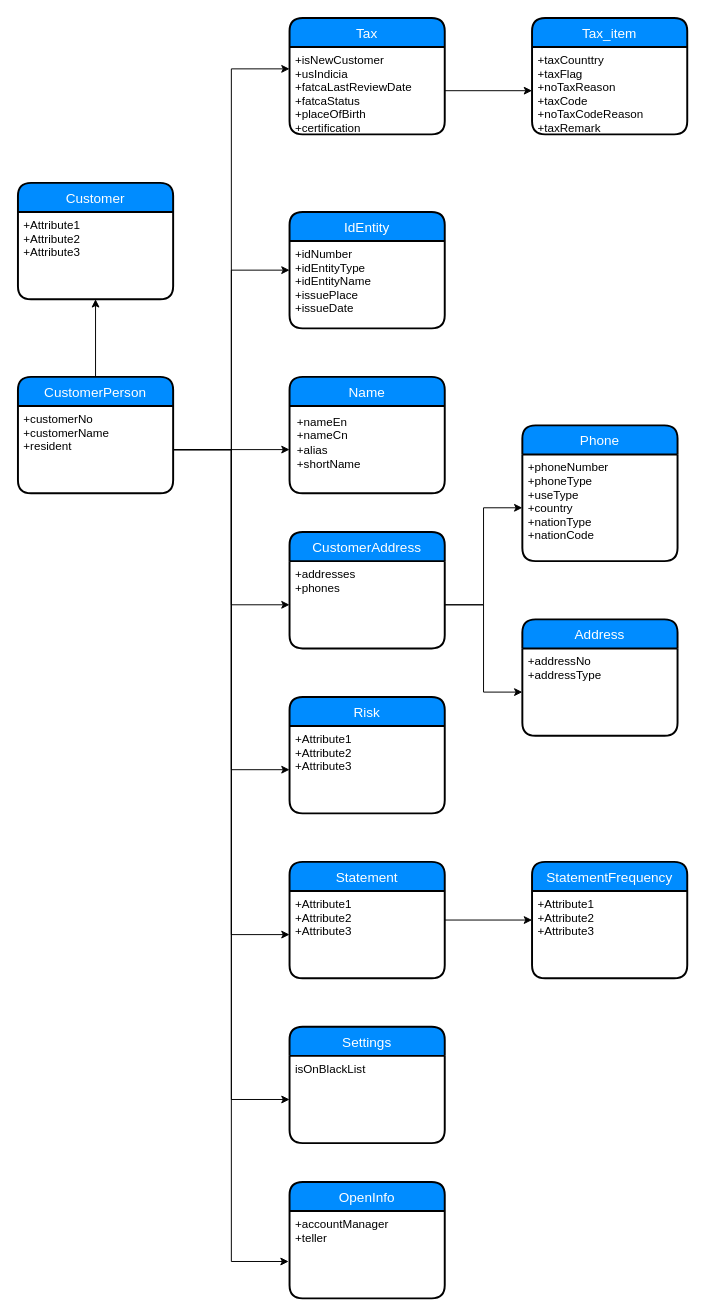
Before: page "第 7 页" (7 of 7) of 核心前置系统.drawio in sam1982/draw, a draw.io diagram. Source tidied: cells renumbered, new cells numbered last; positions are measured from the earlier drawing's top-left corner, leaving out a move shared by most shapes. Both pictures are drawn from the tidied source at 97%, with x=0, y=0 at pixel (17, 17).
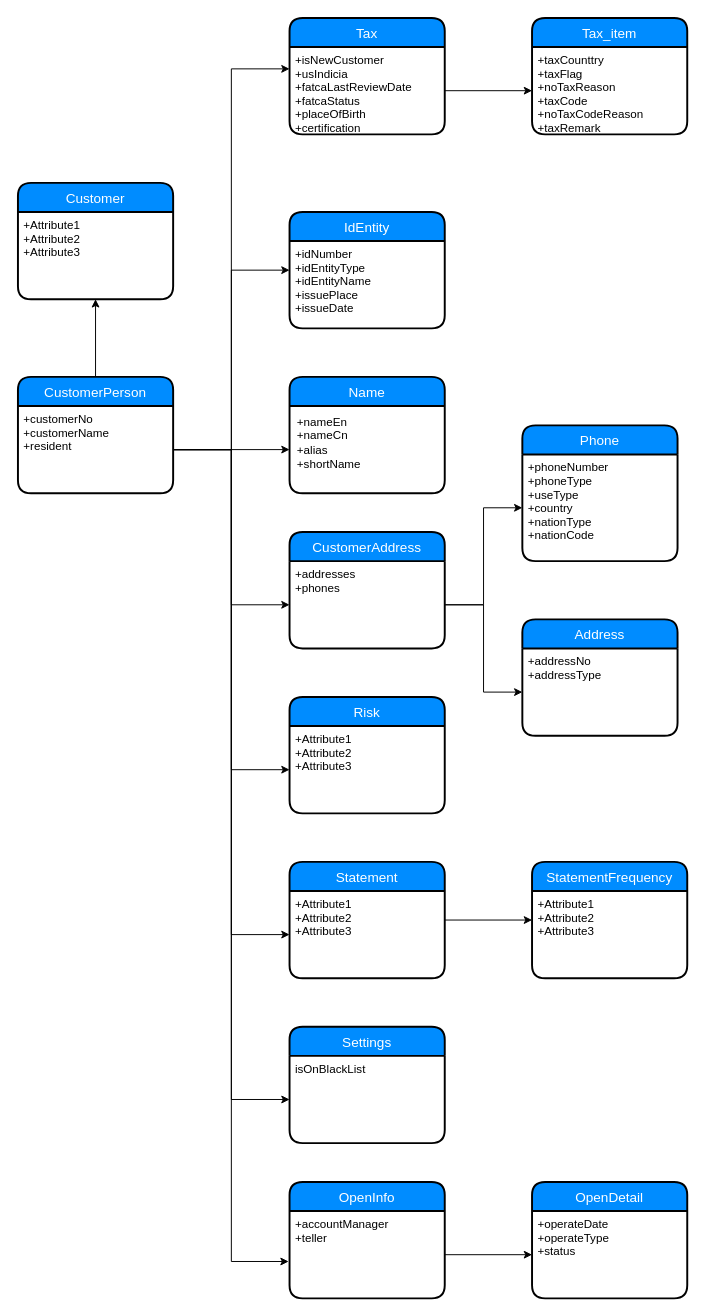
The same diagram, later.

Commit message (it also covers changes not shown here):
更新核心前置系统.drawio

The change refers to these unchanged cells:
```xml
<mxCell id="35" value="+accountManager&#10;+teller&#10;" style="align=left;strokeColor=none;fillColor=none;spacingLeft=4;fontSize=12;verticalAlign=top;" parent="34" vertex="1">
  <mxGeometry y="30" width="160" height="90" as="geometry" />
</mxCell>
```

What changed in the source:
```diff
@@
+    <mxCell id="43" value="OpenDetail" style="swimlane;horizontal=1;startSize=30;fillColor=#008cff;fontColor=#FFFFFF;rounded=1;fontSize=14;fontStyle=0;strokeWidth=2;shadow=0;dashed=0;align=center;" parent="1" vertex="1">
+      <mxGeometry x="530" y="1200" width="160" height="120" as="geometry" />
+    </mxCell>
+    <mxCell id="44" value="+operateDate&#10;+operateType&#10;+status&#10;" style="align=left;strokeColor=none;fillColor=none;spacingLeft=4;fontSize=12;verticalAlign=top;" parent="43" vertex="1">
+      <mxGeometry y="30" width="160" height="90" as="geometry" />
+    </mxCell>
@@
+    <mxCell id="45" style="edgeStyle=orthogonalEdgeStyle;rounded=0;jettySize=auto;html=1;" parent="1" edge="1" source="35" target="44">
+      <mxGeometry relative="1" as="geometry" />
+    </mxCell>
```
